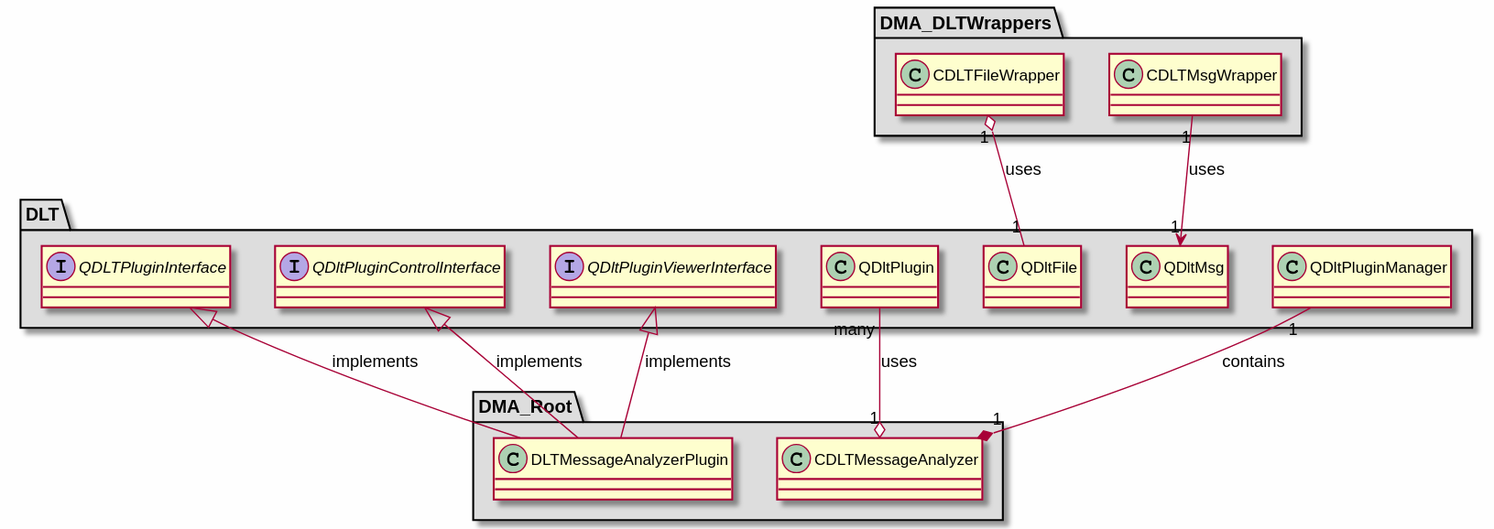
Earlier version of the PlantUML export md/dev_docs/puml/DLT.svg (svlad-90/DLT-Message-Analyzer).
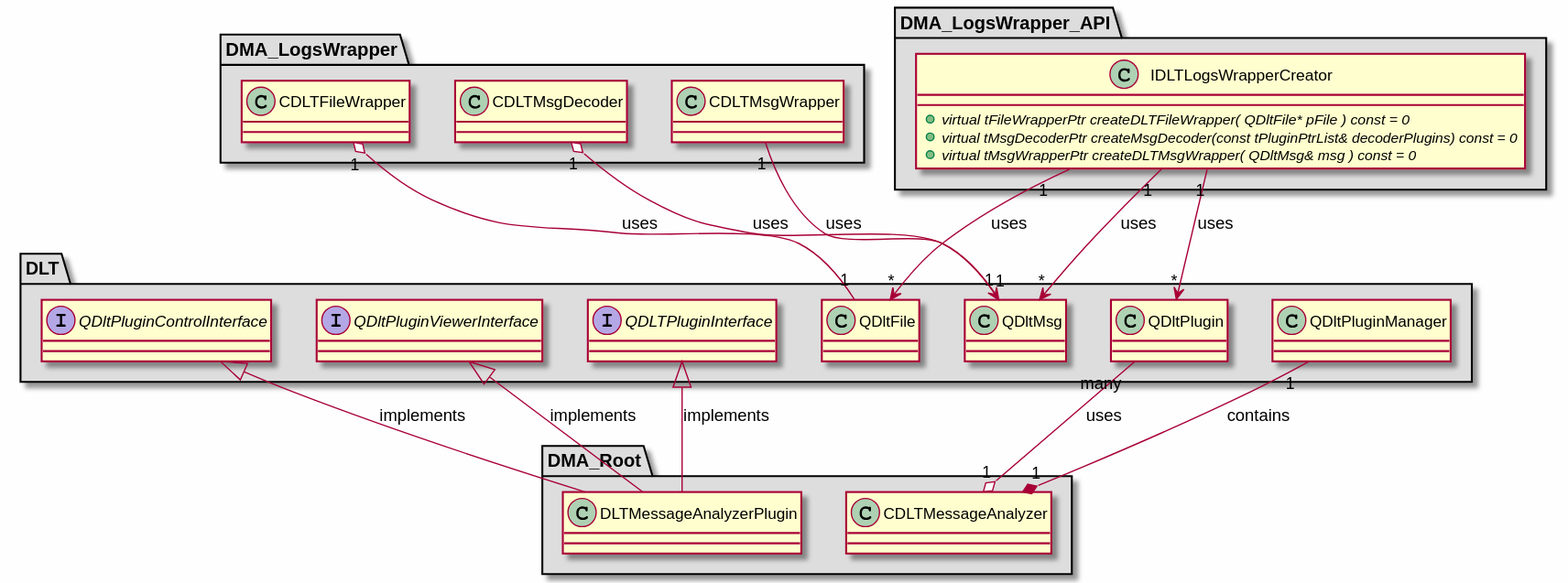
The same diagram one commit later.

What changed in the source:
```diff
@@ -35,15 +35,31 @@
 
 }
 
-package "DMA_DLTWrappers" #DDDDDD
+package "DMA_LogsWrapper" #DDDDDD
 {
 
 class "CDLTFileWrapper"
 {
 }
 
+class "CDLTMsgDecoder"
+{
+}
+
 class "CDLTMsgWrapper"
 {
+}
+
+}
+
+package "DMA_LogsWrapper_API" #DDDDDD
+{
+
+class "IDLTLogsWrapperCreator"
+{
+    + {abstract} virtual tFileWrapperPtr createDLTFileWrapper( QDltFile* pFile ) const = 0
+    + {abstract} virtual tMsgDecoderPtr createMsgDecoder(const tPluginPtrList& decoderPlugins) const = 0
+    + {abstract} virtual tMsgWrapperPtr createDLTMsgWrapper( QDltMsg& msg ) const = 0
 }
 
 }
@@ -66,7 +82,11 @@
 QDltPluginViewerInterface <|-- DLTMessageAnalyzerPlugin : implements
 
 CDLTFileWrapper "1" o-- "1" QDltFile : uses
+CDLTMsgDecoder "1" o-- "1" QDltMsg : uses
 CDLTMsgWrapper "1" --> "1" QDltMsg : uses
+IDLTLogsWrapperCreator "1" --> "*" QDltFile : uses
+IDLTLogsWrapperCreator "1" --> "*" QDltMsg : uses
+IDLTLogsWrapperCreator "1" --> "*" QDltPlugin : uses
 CDLTMessageAnalyzer "1" o-- "many" QDltPlugin : uses
 CDLTMessageAnalyzer "1" *-- "1" QDltPluginManager : contains
 
```
